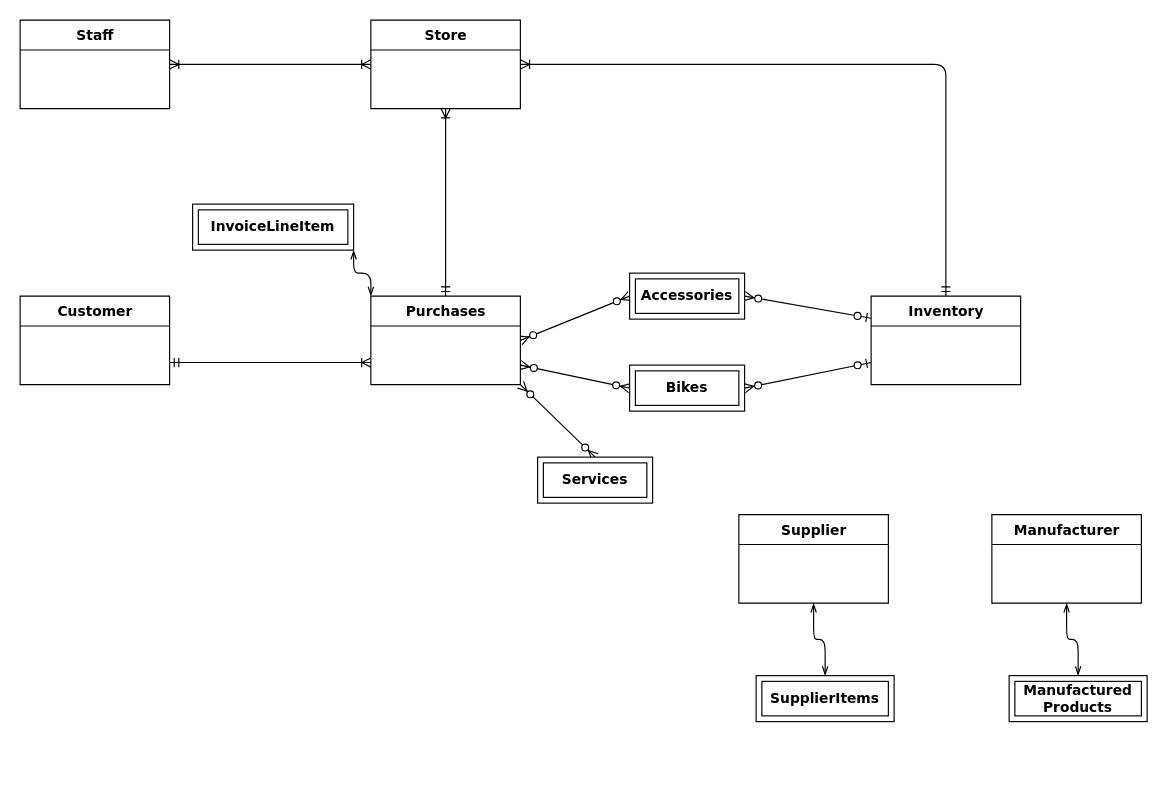
Above: Untitled Diagram.drawio in brianferrell787/ERdiagram (draw.io), before the change. Source tidied: cells renumbered, new cells numbered last; positions are measured from the earlier drawing's top-left corner, leaving out a move shared by most shapes. Both pictures are drawn from the tidied source at 115%, with x=0, y=0 at pixel (20, 20).
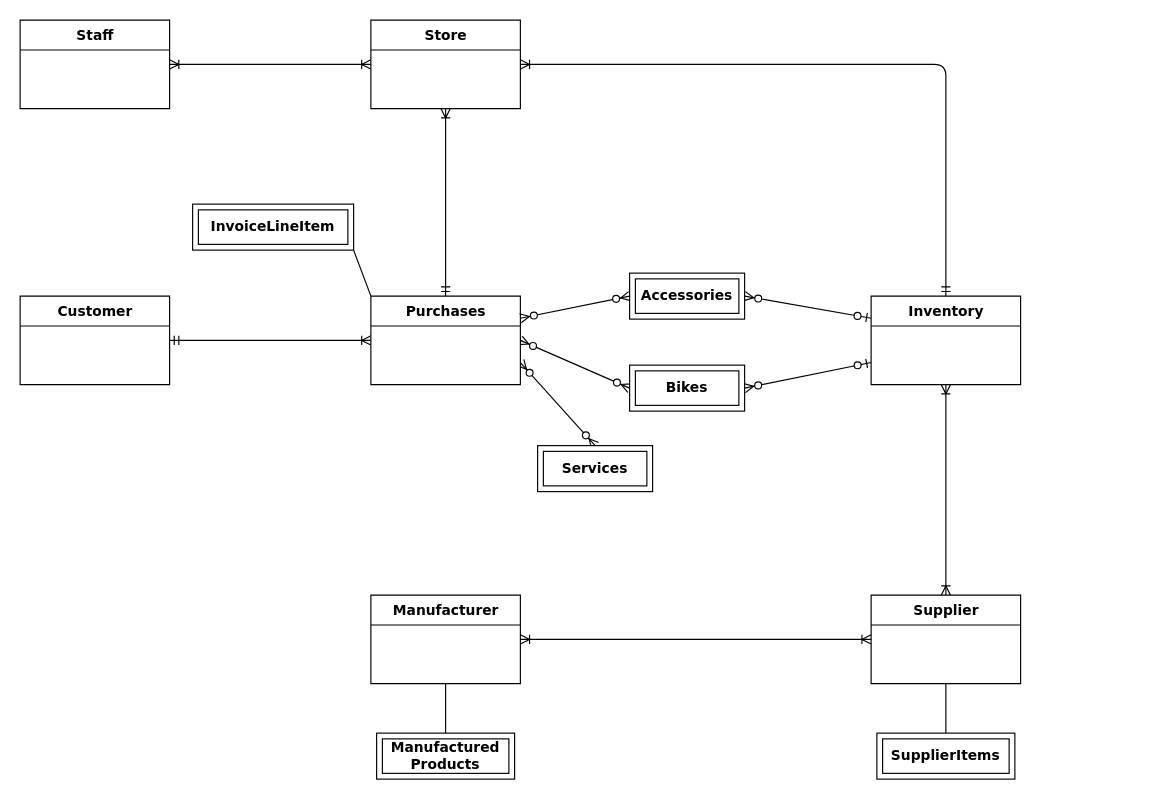
The same diagram, later.

Unchanged cells that the change refers to:
```xml
<mxCell id="14" value="Purchases" style="swimlane;html=1;fontStyle=1;align=center;verticalAlign=top;horizontal=1;startSize=26;swimlaneFillColor=#ffffff;rounded=0;shadow=0;comic=0;labelBackgroundColor=none;strokeWidth=1;fillColor=none;fontFamily=Verdana;fontSize=12;" parent="1" vertex="1">
  <mxGeometry x="305" y="240" width="130" height="77" as="geometry" />
</mxCell>
<mxCell id="15" value="Inventory" style="swimlane;html=1;fontStyle=1;align=center;verticalAlign=top;horizontal=1;startSize=26;swimlaneFillColor=#ffffff;rounded=0;shadow=0;comic=0;labelBackgroundColor=none;strokeWidth=1;fillColor=none;fontFamily=Verdana;fontSize=12;" parent="1" vertex="1">
  <mxGeometry x="740" y="240" width="130" height="77" as="geometry" />
</mxCell>
<mxCell id="16" value="Customer" style="swimlane;html=1;fontStyle=1;align=center;verticalAlign=top;horizontal=1;startSize=26;swimlaneFillColor=#ffffff;rounded=0;shadow=0;comic=0;labelBackgroundColor=none;strokeWidth=1;fillColor=none;fontFamily=Verdana;fontSize=12;" parent="1" vertex="1">
  <mxGeometry y="240" width="130" height="77" as="geometry" />
</mxCell>
<mxCell id="19" value="&lt;span style=&quot;font-family: &amp;#34;verdana&amp;#34; ; font-weight: 700&quot;&gt;InvoiceLineItem&lt;/span&gt;" style="shape=ext;margin=3;double=1;whiteSpace=wrap;html=1;align=center;" parent="1" vertex="1">
  <mxGeometry x="150" y="160" width="140" height="40" as="geometry" />
</mxCell>
<mxCell id="20" value="&lt;span style=&quot;font-family: &amp;#34;verdana&amp;#34; ; font-weight: 700&quot;&gt;Bikes&lt;/span&gt;" style="shape=ext;margin=3;double=1;whiteSpace=wrap;html=1;align=center;" parent="1" vertex="1">
  <mxGeometry x="530" y="300" width="100" height="40" as="geometry" />
</mxCell>
<mxCell id="21" value="&lt;span style=&quot;font-family: &amp;#34;verdana&amp;#34; ; font-weight: 700&quot;&gt;Accessories&lt;/span&gt;" style="shape=ext;margin=3;double=1;whiteSpace=wrap;html=1;align=center;" parent="1" vertex="1">
  <mxGeometry x="530" y="220" width="100" height="40" as="geometry" />
</mxCell>
```

The edit, as a diff of the source:
```diff
@@
-    <mxCell id="2" style="edgeStyle=entityRelationEdgeStyle;fontSize=12;html=1;endArrow=ERoneToMany;startArrow=ERmandOne;exitX=1;exitY=0.75;exitDx=0;exitDy=0;entryX=0;entryY=0.75;entryDx=0;entryDy=0;" parent="1" edge="1" source="16" target="14">
+    <mxCell id="2" style="edgeStyle=entityRelationEdgeStyle;fontSize=12;html=1;endArrow=ERoneToMany;startArrow=ERmandOne;exitX=1;exitY=0.5;exitDx=0;exitDy=0;entryX=0;entryY=0.5;entryDx=0;entryDy=0;" parent="1" edge="1" source="16" target="14">
       <mxGeometry relative="1" as="geometry" />
     </mxCell>
@@
-    <mxCell id="8" style="fontSize=12;html=1;endArrow=ERzeroToMany;startArrow=ERzeroToMany;exitX=0;exitY=0.5;exitDx=0;exitDy=0;endFill=1;startFill=1;" parent="1" edge="1" source="20">
-      <mxGeometry relative="1" as="geometry">
-        <mxPoint x="435" y="300" as="targetPoint" />
-      </mxGeometry>
+    <mxCell id="8" style="fontSize=12;html=1;endArrow=ERzeroToMany;startArrow=ERzeroToMany;exitX=0;exitY=0.5;exitDx=0;exitDy=0;endFill=1;startFill=1;entryX=1;entryY=0.5;entryDx=0;entryDy=0;" parent="1" edge="1" source="20" target="14">
+      <mxGeometry relative="1" as="geometry" />
     </mxCell>
-    <mxCell id="9" style="fontSize=12;html=1;endArrow=ERzeroToMany;startArrow=ERzeroToMany;exitX=0.5;exitY=0;exitDx=0;exitDy=0;endFill=1;startFill=1;entryX=1;entryY=1;entryDx=0;entryDy=0;" parent="1" edge="1" source="26" target="14">
+    <mxCell id="9" style="fontSize=12;html=1;endArrow=ERzeroToMany;startArrow=ERzeroToMany;exitX=0.5;exitY=0;exitDx=0;exitDy=0;endFill=1;startFill=1;entryX=1;entryY=0.75;entryDx=0;entryDy=0;" parent="1" edge="1" source="26" target="14">
       <mxGeometry relative="1" as="geometry" />
     </mxCell>
-    <mxCell id="10" style="fontSize=12;html=1;endArrow=ERzeroToMany;startArrow=ERzeroToMany;endFill=1;startFill=1;exitX=0;exitY=0.5;exitDx=0;exitDy=0;entryX=1;entryY=0.5;entryDx=0;entryDy=0;" parent="1" edge="1" source="21" target="14">
+    <mxCell id="10" style="fontSize=12;html=1;endArrow=ERzeroToMany;startArrow=ERzeroToMany;endFill=1;startFill=1;exitX=0;exitY=0.5;exitDx=0;exitDy=0;entryX=1;entryY=0.25;entryDx=0;entryDy=0;" parent="1" edge="1" source="21" target="14">
       <mxGeometry relative="1" as="geometry" />
     </mxCell>
@@
-    <mxCell id="13" style="edgeStyle=orthogonalEdgeStyle;sketch=0;jumpStyle=none;jettySize=auto;html=1;exitX=0;exitY=0;exitDx=0;exitDy=0;entryX=1;entryY=1;entryDx=0;entryDy=0;shadow=0;startArrow=openThin;startFill=0;endArrow=openThin;endFill=0;" parent="1" edge="1" source="14" target="19">
+    <mxCell id="13" style="sketch=0;jumpStyle=none;jettySize=auto;html=1;exitX=0;exitY=0;exitDx=0;exitDy=0;entryX=1;entryY=1;entryDx=0;entryDy=0;shadow=0;startArrow=none;startFill=0;endArrow=none;endFill=0;" parent="1" edge="1" source="14" target="19">
       <mxGeometry relative="1" as="geometry" />
     </mxCell>
@@
+    <mxCell id="27" style="edgeStyle=none;sketch=0;jumpStyle=none;jettySize=auto;html=1;entryX=0.5;entryY=0;entryDx=0;entryDy=0;shadow=0;startArrow=ERoneToMany;startFill=0;endArrow=ERoneToMany;endFill=0;exitX=0.5;exitY=1;exitDx=0;exitDy=0;" parent="1" edge="1" source="15" target="17">
+      <mxGeometry relative="1" as="geometry" />
+    </mxCell>
@@
-    <mxCell id="17" value="Supplier" style="swimlane;html=1;fontStyle=1;align=center;verticalAlign=top;horizontal=1;startSize=26;swimlaneFillColor=#ffffff;rounded=0;shadow=0;comic=0;labelBackgroundColor=none;strokeWidth=1;fillColor=none;fontFamily=Verdana;fontSize=12;" parent="1" vertex="1">
-      <mxGeometry x="625" y="430" width="130" height="77" as="geometry" />
-    </mxCell>
-    <mxCell id="18" value="Manufacturer" style="swimlane;html=1;fontStyle=1;align=center;verticalAlign=top;horizontal=1;startSize=26;swimlaneFillColor=#ffffff;rounded=0;shadow=0;comic=0;labelBackgroundColor=none;strokeWidth=1;fillColor=none;fontFamily=Verdana;fontSize=12;" parent="1" vertex="1">
-      <mxGeometry x="845" y="430" width="130" height="77" as="geometry" />
-    </mxCell>
@@
-    <mxCell id="22" style="edgeStyle=orthogonalEdgeStyle;sketch=0;jumpStyle=none;jettySize=auto;html=1;exitX=0.5;exitY=0;exitDx=0;exitDy=0;shadow=0;startArrow=openThin;startFill=0;endArrow=openThin;endFill=0;entryX=0.5;entryY=1;entryDx=0;entryDy=0;" parent="1" edge="1" source="23" target="18">
+    <mxCell id="22" style="edgeStyle=orthogonalEdgeStyle;sketch=0;jumpStyle=none;jettySize=auto;html=1;exitX=0.5;exitY=0;exitDx=0;exitDy=0;shadow=0;startArrow=none;startFill=0;endArrow=none;endFill=0;entryX=0.5;entryY=1;entryDx=0;entryDy=0;" parent="1" edge="1" source="23" target="18">
       <mxGeometry relative="1" as="geometry" />
     </mxCell>
     <mxCell id="23" value="&lt;span style=&quot;font-family: &amp;#34;verdana&amp;#34; ; font-weight: 700&quot;&gt;Manufactured&lt;/span&gt;&lt;br style=&quot;font-family: &amp;#34;verdana&amp;#34; ; font-weight: 700&quot;&gt;&lt;span style=&quot;font-family: &amp;#34;verdana&amp;#34; ; font-weight: 700&quot;&gt;Products&lt;/span&gt;" style="shape=ext;margin=3;double=1;whiteSpace=wrap;html=1;align=center;" parent="1" vertex="1">
-      <mxGeometry x="860" y="570" width="120" height="40" as="geometry" />
+      <mxGeometry x="310" y="620" width="120" height="40" as="geometry" />
     </mxCell>
-    <mxCell id="24" style="edgeStyle=orthogonalEdgeStyle;sketch=0;jumpStyle=none;jettySize=auto;html=1;exitX=0.5;exitY=0;exitDx=0;exitDy=0;entryX=0.5;entryY=1;entryDx=0;entryDy=0;shadow=0;startArrow=openThin;startFill=0;endArrow=openThin;endFill=0;" parent="1" edge="1" source="25" target="17">
+    <mxCell id="24" style="edgeStyle=orthogonalEdgeStyle;sketch=0;jumpStyle=none;jettySize=auto;html=1;exitX=0.5;exitY=0;exitDx=0;exitDy=0;entryX=0.5;entryY=1;entryDx=0;entryDy=0;shadow=0;startArrow=none;startFill=0;endArrow=none;endFill=0;" parent="1" edge="1" source="25" target="17">
       <mxGeometry relative="1" as="geometry" />
     </mxCell>
     <mxCell id="25" value="&lt;span style=&quot;font-family: &amp;#34;verdana&amp;#34; ; font-weight: 700&quot;&gt;SupplierItems&lt;/span&gt;" style="shape=ext;margin=3;double=1;whiteSpace=wrap;html=1;align=center;" parent="1" vertex="1">
-      <mxGeometry x="640" y="570" width="120" height="40" as="geometry" />
+      <mxGeometry x="745" y="620" width="120" height="40" as="geometry" />
     </mxCell>
     <mxCell id="26" value="&lt;span style=&quot;font-family: &amp;#34;verdana&amp;#34; ; font-weight: 700&quot;&gt;Services&lt;/span&gt;" style="shape=ext;margin=3;double=1;whiteSpace=wrap;html=1;align=center;" parent="1" vertex="1">
-      <mxGeometry x="450" y="380" width="100" height="40" as="geometry" />
+      <mxGeometry x="450" y="370" width="100" height="40" as="geometry" />
     </mxCell>
+    <mxCell id="17" value="Supplier" style="swimlane;html=1;fontStyle=1;align=center;verticalAlign=top;horizontal=1;startSize=26;swimlaneFillColor=#ffffff;rounded=0;shadow=0;comic=0;labelBackgroundColor=none;strokeWidth=1;fillColor=none;fontFamily=Verdana;fontSize=12;" parent="1" vertex="1">
+      <mxGeometry x="740" y="500" width="130" height="77" as="geometry" />
+    </mxCell>
+    <mxCell id="28" style="edgeStyle=none;sketch=0;jumpStyle=none;jettySize=auto;html=1;exitX=1;exitY=0.5;exitDx=0;exitDy=0;entryX=0;entryY=0.5;entryDx=0;entryDy=0;shadow=0;startArrow=ERoneToMany;startFill=0;endArrow=ERoneToMany;endFill=0;" parent="1" edge="1" source="18" target="17">
+      <mxGeometry relative="1" as="geometry" />
+    </mxCell>
+    <mxCell id="18" value="Manufacturer" style="swimlane;html=1;fontStyle=1;align=center;verticalAlign=top;horizontal=1;startSize=26;swimlaneFillColor=#ffffff;rounded=0;shadow=0;comic=0;labelBackgroundColor=none;strokeWidth=1;fillColor=none;fontFamily=Verdana;fontSize=12;" parent="1" vertex="1">
+      <mxGeometry x="305" y="500" width="130" height="77" as="geometry" />
+    </mxCell>
```
